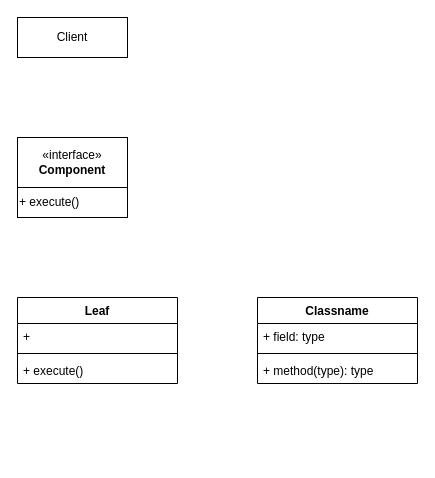
Before: 设计模式/C语言设计模式/组合模式.drawio in zhouyuming/MyNotes, a draw.io diagram. Source tidied: cells renumbered, new cells numbered last; positions are measured from the earlier drawing's top-left corner, leaving out a move shared by most shapes. Both pictures are drawn from the tidied source at 100%, with x=0, y=0 at pixel (17, 17).
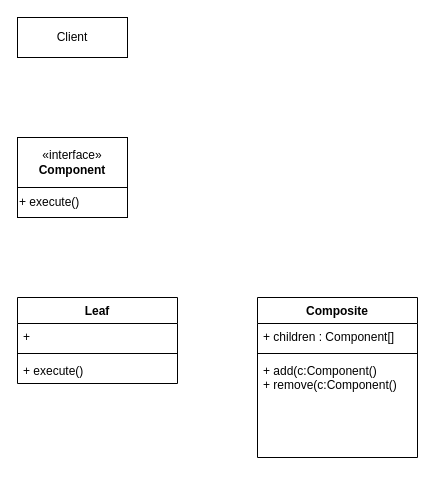
After the change.

Commit message (it also covers changes not shown here):
更新组合模式.drawio

What changed in the source:
```diff
@@
 <mxGraphModel>
   <root>
     <mxCell id="0" />
     <mxCell id="1" parent="0" />
     <mxCell id="2" value="Client" style="html=1;whiteSpace=wrap;" parent="1" vertex="1">
       <mxGeometry width="110" height="40" as="geometry" />
     </mxCell>
     <mxCell id="3" style="group;" parent="1" vertex="1">
       <mxGeometry y="120" width="110" height="80" as="geometry" />
     </mxCell>
     <mxCell id="4" value="«interface»&lt;br&gt;&lt;b&gt;Component&lt;/b&gt;" style="html=1;whiteSpace=wrap;" parent="3" vertex="1">
       <mxGeometry width="110" height="50" as="geometry" />
     </mxCell>
     <mxCell id="5" value="+ execute()" style="html=1;whiteSpace=wrap;align=left;" parent="3" vertex="1">
       <mxGeometry y="50" width="110" height="30" as="geometry" />
     </mxCell>
     <mxCell id="6" value="Leaf" style="swimlane;fontStyle=1;align=center;verticalAlign=top;horizontal=1;startSize=26;whiteSpace=wrap;html=1;" parent="1" vertex="1">
       <mxGeometry y="280" width="160" height="86" as="geometry" />
     </mxCell>
     <mxCell id="7" value="+" style="text;strokeColor=none;fillColor=none;align=left;verticalAlign=top;spacingLeft=4;spacingRight=4;overflow=hidden;whiteSpace=wrap;html=1;" parent="6" vertex="1">
       <mxGeometry y="26" width="160" height="26" as="geometry" />
     </mxCell>
     <mxCell id="8" style="line;strokeWidth=1;fillColor=none;align=left;verticalAlign=middle;spacingTop=-1;spacingLeft=3;spacingRight=3;labelPosition=right;strokeColor=inherit;" parent="6" vertex="1">
       <mxGeometry y="52" width="160" height="8" as="geometry" />
     </mxCell>
     <mxCell id="9" value="+ execute()" style="text;strokeColor=none;fillColor=none;align=left;verticalAlign=top;spacingLeft=4;spacingRight=4;overflow=hidden;whiteSpace=wrap;html=1;" parent="6" vertex="1">
       <mxGeometry y="60" width="160" height="26" as="geometry" />
     </mxCell>
-    <mxCell id="10" value="Classname" style="swimlane;fontStyle=1;align=center;verticalAlign=top;horizontal=1;startSize=26;whiteSpace=wrap;html=1;" parent="1" vertex="1">
-      <mxGeometry x="240" y="280" width="160" height="86" as="geometry" />
+    <mxCell id="10" value="Composite" style="swimlane;fontStyle=1;align=center;verticalAlign=top;horizontal=1;startSize=26;whiteSpace=wrap;html=1;" parent="1" vertex="1">
+      <mxGeometry x="240" y="280" width="160" height="160" as="geometry" />
     </mxCell>
-    <mxCell id="11" value="+ field: type" style="text;strokeColor=none;fillColor=none;align=left;verticalAlign=top;spacingLeft=4;spacingRight=4;overflow=hidden;whiteSpace=wrap;html=1;" parent="10" vertex="1">
+    <mxCell id="11" value="+ children : Component[]" style="text;strokeColor=none;fillColor=none;align=left;verticalAlign=top;spacingLeft=4;spacingRight=4;overflow=hidden;whiteSpace=wrap;html=1;" parent="10" vertex="1">
       <mxGeometry y="26" width="160" height="26" as="geometry" />
     </mxCell>
     <mxCell id="12" style="line;strokeWidth=1;fillColor=none;align=left;verticalAlign=middle;spacingTop=-1;spacingLeft=3;spacingRight=3;labelPosition=right;strokeColor=inherit;" parent="10" vertex="1">
       <mxGeometry y="52" width="160" height="8" as="geometry" />
     </mxCell>
-    <mxCell id="13" value="+ method(type): type" style="text;strokeColor=none;fillColor=none;align=left;verticalAlign=top;spacingLeft=4;spacingRight=4;overflow=hidden;whiteSpace=wrap;html=1;" parent="10" vertex="1">
-      <mxGeometry y="60" width="160" height="26" as="geometry" />
+    <mxCell id="13" value="+ add(c:Component()&lt;div&gt;+ remove(c:Component()&lt;br&gt;&lt;/div&gt;" style="text;strokeColor=none;fillColor=none;align=left;verticalAlign=top;spacingLeft=4;spacingRight=4;overflow=hidden;whiteSpace=wrap;html=1;" parent="10" vertex="1">
+      <mxGeometry y="60" width="160" height="100" as="geometry" />
     </mxCell>
   </root>
 </mxGraphModel>
```
